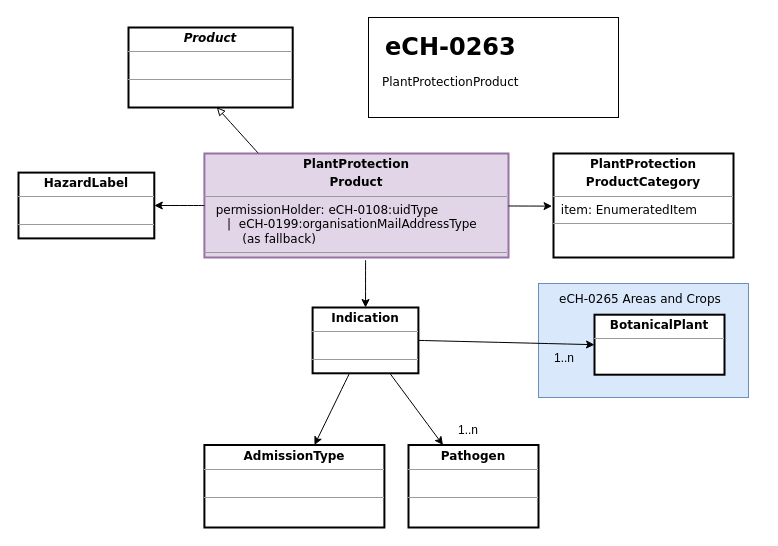
Before: src/eCH-0263__1_0__betriebsmittel_plant_protection.drawio in blw-ofag-ufag/eCH-0263, a draw.io diagram. Source tidied: cells renumbered, new cells numbered last; positions are measured from the earlier drawing's top-left corner, leaving out a move shared by most shapes. Both pictures are drawn from the tidied source at 100%, with x=0, y=0 at pixel (18, 17).
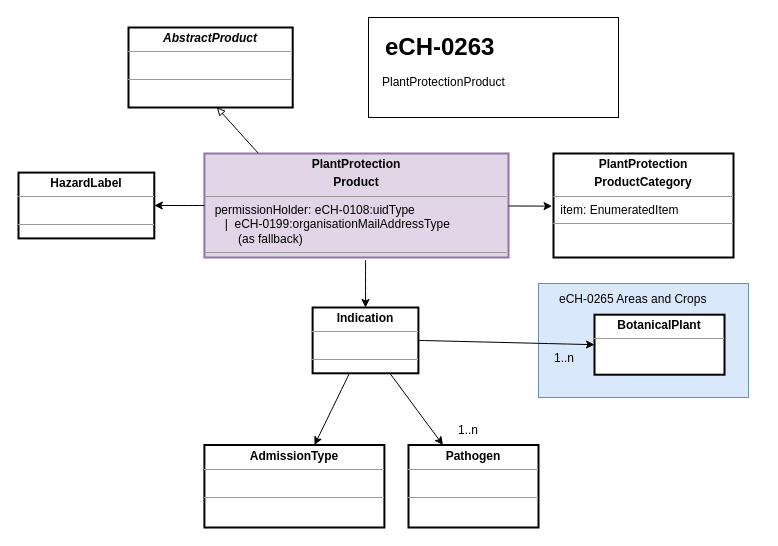
The same page after the edit.

What changed in the source:
```diff
@@
-    <mxCell id="2" style="rounded=0;whiteSpace=wrap;html=1;" parent="1" vertex="1">
+    <mxCell id="2" style="rounded=0;whiteSpace=wrap;html=1;fontFamily=Helvetica;" parent="1" vertex="1">
       <mxGeometry x="350" width="250" height="100" as="geometry" />
     </mxCell>
-    <mxCell id="3" value="&lt;p style=&quot;margin:0px;margin-top:4px;text-align:center;&quot;&gt;&lt;b&gt;PlantProtection&lt;/b&gt;&lt;/p&gt;&lt;p style=&quot;margin:0px;margin-top:4px;text-align:center;&quot;&gt;&lt;b&gt;Product&lt;/b&gt;&lt;/p&gt;&lt;hr size=&quot;1&quot;&gt;&lt;p style=&quot;margin:0px;margin-left:4px;&quot;&gt;&amp;nbsp; permissionHolder: eCH-0108:uidType&lt;/p&gt;&lt;p style=&quot;margin:0px;margin-left:4px;&quot;&gt;&amp;nbsp; &amp;nbsp; &amp;nbsp;|&amp;nbsp; eCH-0199:organisationMailAddressType&lt;br&gt;&lt;/p&gt;&lt;p style=&quot;margin:0px;margin-left:4px;&quot;&gt;&amp;nbsp; &amp;nbsp; &amp;nbsp; &amp;nbsp; &amp;nbsp;(as fallback)&lt;/p&gt;&lt;hr size=&quot;1&quot;&gt;&lt;p style=&quot;margin:0px;margin-left:4px;&quot;&gt;&lt;br&gt;&lt;/p&gt;" style="verticalAlign=top;align=left;overflow=fill;fontSize=12;fontFamily=Verdana;html=1;sketch=0;strokeWidth=2;fillColor=#e1d5e7;strokeColor=#9673a6;" parent="1" vertex="1">
+    <mxCell id="3" value="&lt;p style=&quot;margin:0px;margin-top:4px;text-align:center;&quot;&gt;&lt;b&gt;PlantProtection&lt;/b&gt;&lt;/p&gt;&lt;p style=&quot;margin:0px;margin-top:4px;text-align:center;&quot;&gt;&lt;b&gt;Product&lt;/b&gt;&lt;/p&gt;&lt;hr size=&quot;1&quot;&gt;&lt;p style=&quot;margin:0px;margin-left:4px;&quot;&gt;&amp;nbsp; permissionHolder: eCH-0108:uidType&lt;/p&gt;&lt;p style=&quot;margin:0px;margin-left:4px;&quot;&gt;&amp;nbsp; &amp;nbsp; &amp;nbsp;|&amp;nbsp; eCH-0199:organisationMailAddressType&lt;br&gt;&lt;/p&gt;&lt;p style=&quot;margin:0px;margin-left:4px;&quot;&gt;&amp;nbsp; &amp;nbsp; &amp;nbsp; &amp;nbsp; &amp;nbsp;(as fallback)&lt;/p&gt;&lt;hr size=&quot;1&quot;&gt;&lt;p style=&quot;margin:0px;margin-left:4px;&quot;&gt;&lt;br&gt;&lt;/p&gt;" style="verticalAlign=top;align=left;overflow=fill;fontSize=12;fontFamily=Helvetica;html=1;sketch=0;strokeWidth=2;fillColor=#e1d5e7;strokeColor=#9673a6;" parent="1" vertex="1">
       <mxGeometry x="185.9" y="136" width="304.1" height="104" as="geometry" />
     </mxCell>
-    <mxCell id="4" style="endArrow=classic;html=1;sketch=0;fontFamily=Verdana;curved=1;exitX=0.53;exitY=1.026;exitDx=0;exitDy=0;exitPerimeter=0;" parent="1" edge="1" source="3" target="7">
+    <mxCell id="4" style="endArrow=classic;html=1;sketch=0;fontFamily=Helvetica;curved=1;exitX=0.53;exitY=1.026;exitDx=0;exitDy=0;exitPerimeter=0;" parent="1" edge="1" source="3" target="7">
       <mxGeometry relative="1" as="geometry" />
     </mxCell>
-    <mxCell id="5" style="endArrow=classic;html=1;sketch=0;fontFamily=Verdana;curved=1;entryX=-0.008;entryY=0.506;entryDx=0;entryDy=0;entryPerimeter=0;" parent="1" edge="1" source="3" target="6">
+    <mxCell id="5" style="endArrow=classic;html=1;sketch=0;fontFamily=Helvetica;curved=1;entryX=-0.008;entryY=0.506;entryDx=0;entryDy=0;entryPerimeter=0;" parent="1" edge="1" source="3" target="6">
       <mxGeometry relative="1" as="geometry" />
     </mxCell>
-    <mxCell id="6" value="&lt;p style=&quot;margin:0px;margin-top:4px;text-align:center;&quot;&gt;&lt;b&gt;PlantProtection&lt;/b&gt;&lt;/p&gt;&lt;p style=&quot;margin:0px;margin-top:4px;text-align:center;&quot;&gt;&lt;b&gt;ProductCategory&lt;/b&gt;&lt;/p&gt;&lt;hr size=&quot;1&quot;&gt;&lt;p style=&quot;margin:0px;margin-left:4px;&quot;&gt;&amp;nbsp;item: EnumeratedItem&lt;br&gt;&lt;/p&gt;&lt;hr size=&quot;1&quot;&gt;&lt;p style=&quot;margin:0px;margin-left:4px;&quot;&gt;&lt;br&gt;&lt;/p&gt;" style="verticalAlign=top;align=left;overflow=fill;fontSize=12;fontFamily=Verdana;html=1;sketch=0;strokeWidth=2;" parent="1" vertex="1">
+    <mxCell id="6" value="&lt;p style=&quot;margin:0px;margin-top:4px;text-align:center;&quot;&gt;&lt;b&gt;PlantProtection&lt;/b&gt;&lt;/p&gt;&lt;p style=&quot;margin:0px;margin-top:4px;text-align:center;&quot;&gt;&lt;b&gt;ProductCategory&lt;/b&gt;&lt;/p&gt;&lt;hr size=&quot;1&quot;&gt;&lt;p style=&quot;margin:0px;margin-left:4px;&quot;&gt;&amp;nbsp;item: EnumeratedItem&lt;br&gt;&lt;/p&gt;&lt;hr size=&quot;1&quot;&gt;&lt;p style=&quot;margin:0px;margin-left:4px;&quot;&gt;&lt;br&gt;&lt;/p&gt;" style="verticalAlign=top;align=left;overflow=fill;fontSize=12;fontFamily=Helvetica;html=1;sketch=0;strokeWidth=2;" parent="1" vertex="1">
       <mxGeometry x="535" y="136" width="180" height="104" as="geometry" />
     </mxCell>
-    <mxCell id="7" value="&lt;p style=&quot;margin:0px;margin-top:4px;text-align:center;&quot;&gt;&lt;b style=&quot;background-color: initial;&quot;&gt;Indication&lt;/b&gt;&lt;/p&gt;&lt;hr size=&quot;1&quot;&gt;&lt;p style=&quot;margin:0px;margin-left:4px;&quot;&gt;&amp;nbsp;&lt;br&gt;&lt;/p&gt;&lt;hr size=&quot;1&quot;&gt;&lt;p style=&quot;margin:0px;margin-left:4px;&quot;&gt;&lt;br&gt;&lt;/p&gt;" style="verticalAlign=top;align=left;overflow=fill;fontSize=12;fontFamily=Verdana;html=1;sketch=0;strokeWidth=2;" parent="1" vertex="1">
+    <mxCell id="7" value="&lt;p style=&quot;margin:0px;margin-top:4px;text-align:center;&quot;&gt;&lt;b style=&quot;background-color: initial;&quot;&gt;Indication&lt;/b&gt;&lt;/p&gt;&lt;hr size=&quot;1&quot;&gt;&lt;p style=&quot;margin:0px;margin-left:4px;&quot;&gt;&amp;nbsp;&lt;br&gt;&lt;/p&gt;&lt;hr size=&quot;1&quot;&gt;&lt;p style=&quot;margin:0px;margin-left:4px;&quot;&gt;&lt;br&gt;&lt;/p&gt;" style="verticalAlign=top;align=left;overflow=fill;fontSize=12;fontFamily=Helvetica;html=1;sketch=0;strokeWidth=2;" parent="1" vertex="1">
       <mxGeometry x="294.1" y="290" width="105.8" height="65.8" as="geometry" />
     </mxCell>
-    <mxCell id="8" style="endArrow=classic;html=1;sketch=0;fontFamily=Verdana;curved=1;" parent="1" edge="1" source="7" target="9">
+    <mxCell id="8" style="endArrow=classic;html=1;sketch=0;fontFamily=Helvetica;curved=1;" parent="1" edge="1" source="7" target="9">
       <mxGeometry relative="1" as="geometry" />
     </mxCell>
-    <mxCell id="9" value="&lt;p style=&quot;margin:0px;margin-top:4px;text-align:center;&quot;&gt;&lt;b&gt;Pathogen&lt;/b&gt;&lt;/p&gt;&lt;hr size=&quot;1&quot;&gt;&lt;p style=&quot;margin:0px;margin-left:4px;&quot;&gt;&amp;nbsp;&lt;br&gt;&lt;/p&gt;&lt;hr size=&quot;1&quot;&gt;&lt;p style=&quot;margin:0px;margin-left:4px;&quot;&gt;&lt;br&gt;&lt;/p&gt;" style="verticalAlign=top;align=left;overflow=fill;fontSize=12;fontFamily=Verdana;html=1;sketch=0;strokeWidth=2;" parent="1" vertex="1">
+    <mxCell id="9" value="&lt;p style=&quot;margin:0px;margin-top:4px;text-align:center;&quot;&gt;&lt;b&gt;Pathogen&lt;/b&gt;&lt;/p&gt;&lt;hr size=&quot;1&quot;&gt;&lt;p style=&quot;margin:0px;margin-left:4px;&quot;&gt;&amp;nbsp;&lt;br&gt;&lt;/p&gt;&lt;hr size=&quot;1&quot;&gt;&lt;p style=&quot;margin:0px;margin-left:4px;&quot;&gt;&lt;br&gt;&lt;/p&gt;" style="verticalAlign=top;align=left;overflow=fill;fontSize=12;fontFamily=Helvetica;html=1;sketch=0;strokeWidth=2;" parent="1" vertex="1">
       <mxGeometry x="390" y="427.5" width="130" height="82.5" as="geometry" />
     </mxCell>
-    <mxCell id="10" value="&lt;p style=&quot;margin:0px;margin-top:4px;text-align:center;&quot;&gt;&lt;b&gt;Admission&lt;/b&gt;&lt;b style=&quot;background-color: initial;&quot;&gt;Type&lt;/b&gt;&lt;/p&gt;&lt;hr size=&quot;1&quot;&gt;&lt;p style=&quot;margin:0px;margin-left:4px;&quot;&gt;&amp;nbsp;&amp;nbsp;&lt;/p&gt;&lt;hr size=&quot;1&quot;&gt;&lt;p style=&quot;margin:0px;margin-left:4px;&quot;&gt;&lt;br&gt;&lt;/p&gt;" style="verticalAlign=top;align=left;overflow=fill;fontSize=12;fontFamily=Verdana;html=1;sketch=0;strokeWidth=2;" parent="1" vertex="1">
+    <mxCell id="10" value="&lt;p style=&quot;margin:0px;margin-top:4px;text-align:center;&quot;&gt;&lt;b&gt;Admission&lt;/b&gt;&lt;b style=&quot;background-color: initial;&quot;&gt;Type&lt;/b&gt;&lt;/p&gt;&lt;hr size=&quot;1&quot;&gt;&lt;p style=&quot;margin:0px;margin-left:4px;&quot;&gt;&amp;nbsp;&amp;nbsp;&lt;/p&gt;&lt;hr size=&quot;1&quot;&gt;&lt;p style=&quot;margin:0px;margin-left:4px;&quot;&gt;&lt;br&gt;&lt;/p&gt;" style="verticalAlign=top;align=left;overflow=fill;fontSize=12;fontFamily=Helvetica;html=1;sketch=0;strokeWidth=2;" parent="1" vertex="1">
       <mxGeometry x="185.9" y="427.5" width="180" height="82.5" as="geometry" />
     </mxCell>
-    <mxCell id="11" style="endArrow=classic;html=1;sketch=0;fontFamily=Verdana;curved=1;" parent="1" edge="1" source="7" target="10">
+    <mxCell id="11" style="endArrow=classic;html=1;sketch=0;fontFamily=Helvetica;curved=1;" parent="1" edge="1" source="7" target="10">
       <mxGeometry relative="1" as="geometry" />
     </mxCell>
-    <mxCell id="12" value="&lt;p style=&quot;margin:0px;margin-top:4px;text-align:center;&quot;&gt;&lt;b style=&quot;background-color: initial;&quot;&gt;HazardLabel&lt;/b&gt;&lt;/p&gt;&lt;hr size=&quot;1&quot;&gt;&lt;p style=&quot;margin:0px;margin-left:4px;&quot;&gt;&amp;nbsp;&lt;br&gt;&lt;/p&gt;&lt;hr size=&quot;1&quot;&gt;&lt;p style=&quot;margin:0px;margin-left:4px;&quot;&gt;&lt;br&gt;&lt;/p&gt;" style="verticalAlign=top;align=left;overflow=fill;fontSize=12;fontFamily=Verdana;html=1;sketch=0;strokeWidth=2;" parent="1" vertex="1">
+    <mxCell id="12" value="&lt;p style=&quot;margin:0px;margin-top:4px;text-align:center;&quot;&gt;&lt;b style=&quot;background-color: initial;&quot;&gt;HazardLabel&lt;/b&gt;&lt;/p&gt;&lt;hr size=&quot;1&quot;&gt;&lt;p style=&quot;margin:0px;margin-left:4px;&quot;&gt;&amp;nbsp;&lt;br&gt;&lt;/p&gt;&lt;hr size=&quot;1&quot;&gt;&lt;p style=&quot;margin:0px;margin-left:4px;&quot;&gt;&lt;br&gt;&lt;/p&gt;" style="verticalAlign=top;align=left;overflow=fill;fontSize=12;fontFamily=Helvetica;html=1;sketch=0;strokeWidth=2;" parent="1" vertex="1">
       <mxGeometry y="155.1" width="135.8" height="65.8" as="geometry" />
     </mxCell>
-    <mxCell id="13" style="endArrow=classic;html=1;sketch=0;fontFamily=Verdana;curved=1;" parent="1" edge="1" source="3" target="12">
+    <mxCell id="13" style="endArrow=classic;html=1;sketch=0;fontFamily=Helvetica;curved=1;" parent="1" edge="1" source="3" target="12">
       <mxGeometry relative="1" as="geometry" />
     </mxCell>
-    <mxCell id="14" value="&lt;p style=&quot;margin:0px;margin-top:4px;text-align:center;&quot;&gt;&lt;b&gt;&lt;i&gt;Product&lt;/i&gt;&lt;/b&gt;&lt;/p&gt;&lt;hr size=&quot;1&quot;&gt;&lt;p style=&quot;margin:0px;margin-left:4px;&quot;&gt;&lt;br&gt;&lt;/p&gt;&lt;hr size=&quot;1&quot;&gt;&lt;p style=&quot;margin:0px;margin-left:4px;&quot;&gt;&lt;br&gt;&lt;/p&gt;" style="verticalAlign=top;align=left;overflow=fill;fontSize=12;fontFamily=Verdana;html=1;sketch=0;strokeWidth=2;" parent="1" vertex="1">
+    <mxCell id="14" value="&lt;p style=&quot;margin:0px;margin-top:4px;text-align:center;&quot;&gt;&lt;b&gt;&lt;i&gt;AbstractProduct&lt;/i&gt;&lt;/b&gt;&lt;/p&gt;&lt;hr size=&quot;1&quot;&gt;&lt;p style=&quot;margin:0px;margin-left:4px;&quot;&gt;&lt;br&gt;&lt;/p&gt;&lt;hr size=&quot;1&quot;&gt;&lt;p style=&quot;margin:0px;margin-left:4px;&quot;&gt;&lt;br&gt;&lt;/p&gt;" style="verticalAlign=top;align=left;overflow=fill;fontSize=12;fontFamily=Helvetica;html=1;sketch=0;strokeWidth=2;" parent="1" vertex="1">
       <mxGeometry x="110" y="10" width="164.2" height="80" as="geometry" />
     </mxCell>
-    <mxCell id="15" style="endArrow=block;html=1;sketch=0;fontFamily=Verdana;curved=1;endFill=0;exitX=0.177;exitY=-0.003;exitDx=0;exitDy=0;entryX=0.538;entryY=0.998;entryDx=0;entryDy=0;entryPerimeter=0;exitPerimeter=0;" parent="1" edge="1" source="3" target="14">
+    <mxCell id="15" style="endArrow=block;html=1;sketch=0;fontFamily=Helvetica;curved=1;endFill=0;exitX=0.177;exitY=-0.003;exitDx=0;exitDy=0;entryX=0.538;entryY=0.998;entryDx=0;entryDy=0;entryPerimeter=0;exitPerimeter=0;" parent="1" edge="1" source="3" target="14">
       <mxGeometry relative="1" as="geometry" />
     </mxCell>
-    <mxCell id="16" value="&lt;h1&gt;&lt;span style=&quot;background-color: initial;&quot;&gt;eCH-0263&lt;/span&gt;&lt;/h1&gt;&lt;div&gt;&lt;br&gt;&lt;/div&gt;" style="text;html=1;strokeColor=none;fillColor=none;spacing=5;spacingTop=-20;whiteSpace=wrap;overflow=hidden;rounded=0;strokeWidth=2;fontFamily=Verdana;" parent="1" vertex="1">
+    <mxCell id="16" value="&lt;h1&gt;&lt;span style=&quot;background-color: initial;&quot;&gt;eCH-0263&lt;/span&gt;&lt;/h1&gt;&lt;div&gt;&lt;br&gt;&lt;/div&gt;" style="text;html=1;strokeColor=none;fillColor=none;spacing=5;spacingTop=-20;whiteSpace=wrap;overflow=hidden;rounded=0;strokeWidth=2;fontFamily=Helvetica;" parent="1" vertex="1">
       <mxGeometry x="361.5" y="10" width="195.7" height="80" as="geometry" />
     </mxCell>
-    <mxCell id="17" value="PlantProtectionProduct" style="text;html=1;strokeColor=none;fillColor=none;align=left;verticalAlign=middle;whiteSpace=wrap;rounded=0;strokeWidth=2;fontFamily=Verdana;" parent="1" vertex="1">
+    <mxCell id="17" value="PlantProtectionProduct" style="text;html=1;strokeColor=none;fillColor=none;align=left;verticalAlign=middle;whiteSpace=wrap;rounded=0;strokeWidth=2;fontFamily=Helvetica;" parent="1" vertex="1">
       <mxGeometry x="361.5" y="50" width="226.4" height="30" as="geometry" />
     </mxCell>
-    <mxCell id="18" style="rounded=0;whiteSpace=wrap;html=1;fillColor=#dae8fc;strokeColor=#6c8ebf;fontFamily=Verdana;" parent="1" vertex="1">
+    <mxCell id="18" style="rounded=0;whiteSpace=wrap;html=1;fillColor=#dae8fc;strokeColor=#6c8ebf;fontFamily=Helvetica;" parent="1" vertex="1">
       <mxGeometry x="520" y="266" width="210" height="114" as="geometry" />
     </mxCell>
-    <mxCell id="19" value="eCH-0265 Areas and Crops" style="text;html=1;strokeColor=none;fillColor=none;align=left;verticalAlign=middle;whiteSpace=wrap;rounded=0;strokeWidth=2;fontFamily=Verdana;" parent="1" vertex="1">
+    <mxCell id="19" value="eCH-0265 Areas and Crops" style="text;html=1;strokeColor=none;fillColor=none;align=left;verticalAlign=middle;whiteSpace=wrap;rounded=0;strokeWidth=2;fontFamily=Helvetica;" parent="1" vertex="1">
       <mxGeometry x="539" y="267.2" width="204" height="30" as="geometry" />
     </mxCell>
-    <mxCell id="20" value="&lt;p style=&quot;margin:0px;margin-top:4px;text-align:center;&quot;&gt;&lt;b&gt;BotanicalPlant&lt;/b&gt;&lt;/p&gt;&lt;hr size=&quot;1&quot;&gt;&lt;p style=&quot;margin:0px;margin-left:4px;&quot;&gt;&lt;br&gt;&lt;/p&gt;" style="verticalAlign=top;align=left;overflow=fill;fontSize=12;fontFamily=Verdana;html=1;sketch=0;strokeWidth=2;" parent="1" vertex="1">
+    <mxCell id="20" value="&lt;p style=&quot;margin:0px;margin-top:4px;text-align:center;&quot;&gt;&lt;b&gt;BotanicalPlant&lt;/b&gt;&lt;/p&gt;&lt;hr size=&quot;1&quot;&gt;&lt;p style=&quot;margin:0px;margin-left:4px;&quot;&gt;&lt;br&gt;&lt;/p&gt;" style="verticalAlign=top;align=left;overflow=fill;fontSize=12;fontFamily=Helvetica;html=1;sketch=0;strokeWidth=2;" parent="1" vertex="1">
       <mxGeometry x="576" y="297.2" width="130" height="60" as="geometry" />
     </mxCell>
-    <mxCell id="21" style="endArrow=classic;html=1;sketch=0;fontFamily=Verdana;curved=1;entryX=0;entryY=0.5;entryDx=0;entryDy=0;exitX=1;exitY=0.5;exitDx=0;exitDy=0;" parent="1" edge="1" source="7" target="20">
+    <mxCell id="21" style="endArrow=classic;html=1;sketch=0;fontFamily=Helvetica;curved=1;entryX=0;entryY=0.5;entryDx=0;entryDy=0;exitX=1;exitY=0.5;exitDx=0;exitDy=0;" parent="1" edge="1" source="7" target="20">
       <mxGeometry relative="1" as="geometry" />
     </mxCell>
-    <mxCell id="22" value="1..n" style="text;html=1;strokeColor=none;fillColor=none;align=center;verticalAlign=middle;whiteSpace=wrap;rounded=0;" parent="1" vertex="1">
+    <mxCell id="22" value="1..n" style="text;html=1;strokeColor=none;fillColor=none;align=center;verticalAlign=middle;whiteSpace=wrap;rounded=0;fontFamily=Helvetica;" parent="1" vertex="1">
       <mxGeometry x="516" y="325.8" width="60" height="30" as="geometry" />
     </mxCell>
-    <mxCell id="23" value="1..n" style="text;html=1;strokeColor=none;fillColor=none;align=center;verticalAlign=middle;whiteSpace=wrap;rounded=0;" parent="1" vertex="1">
+    <mxCell id="23" value="1..n" style="text;html=1;strokeColor=none;fillColor=none;align=center;verticalAlign=middle;whiteSpace=wrap;rounded=0;fontFamily=Helvetica;" parent="1" vertex="1">
       <mxGeometry x="420" y="397.5" width="60" height="30" as="geometry" />
     </mxCell>
```
